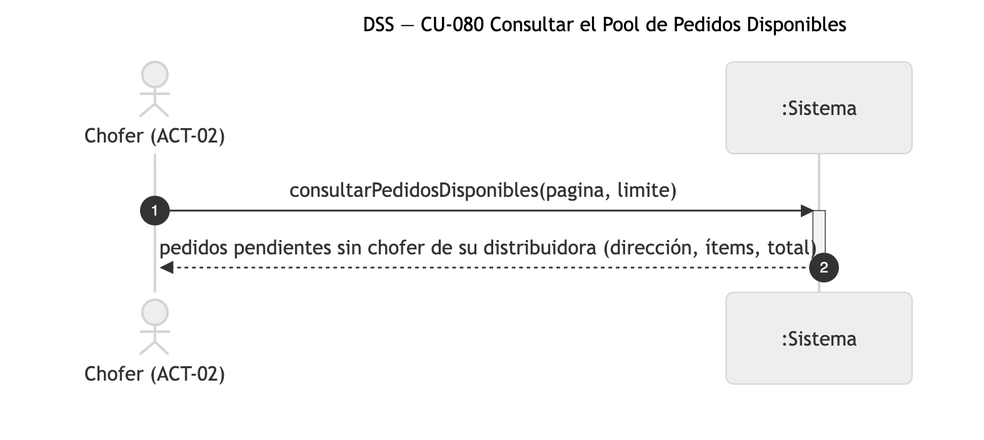
Above: diagramas/png/DSS_CU-080_Consultar-El-Pool-De-Pedidos-Disponibles.png in Nahuelito-Dev/splg-docs (Mermaid), before the change. Its source is kept beside it as diagramas/DSS_CU-080_Consultar-El-Pool-De-Pedidos-Disponibles.mmd. Source of this version:
```mermaid
sequenceDiagram
    title DSS — CU-080 Consultar el Pool de Pedidos Disponibles
    autonumber
    actor CHO as Chofer (ACT-02)
    participant SIS as :Sistema

    CHO->>SIS: consultarPedidosDisponibles(pagina, limite)
    activate SIS
    SIS-->>CHO: pedidos pendientes sin chofer de su distribuidora (dirección, ítems, total)
    deactivate SIS
```
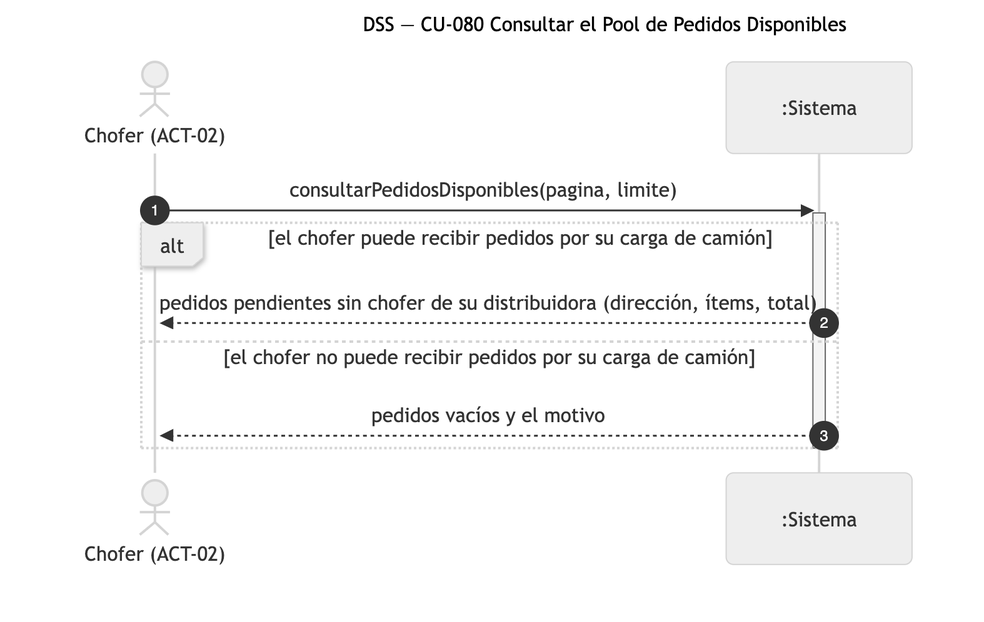
After the change.

Diff of the diagram source:
```diff
@@ -6,5 +6,9 @@
 
     CHO->>SIS: consultarPedidosDisponibles(pagina, limite)
     activate SIS
-    SIS-->>CHO: pedidos pendientes sin chofer de su distribuidora (dirección, ítems, total)
+    alt el chofer puede recibir pedidos por su carga de camión
+        SIS-->>CHO: pedidos pendientes sin chofer de su distribuidora (dirección, ítems, total)
+    else el chofer no puede recibir pedidos por su carga de camión
+        SIS-->>CHO: pedidos vacíos y el motivo
+    end
     deactivate SIS
```
